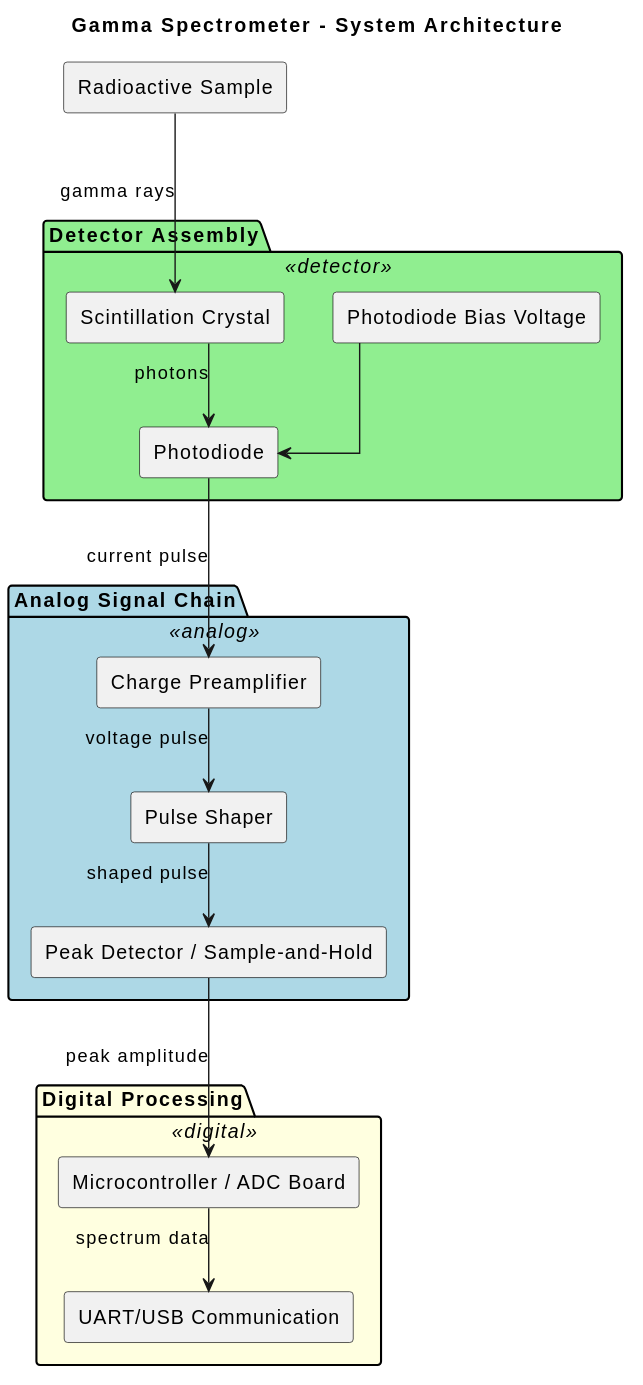
Above: Documentation/Diagrams/ArchitectureOverview.svg in RobertGawron/GammaSpectrometer (PlantUML), before the change.
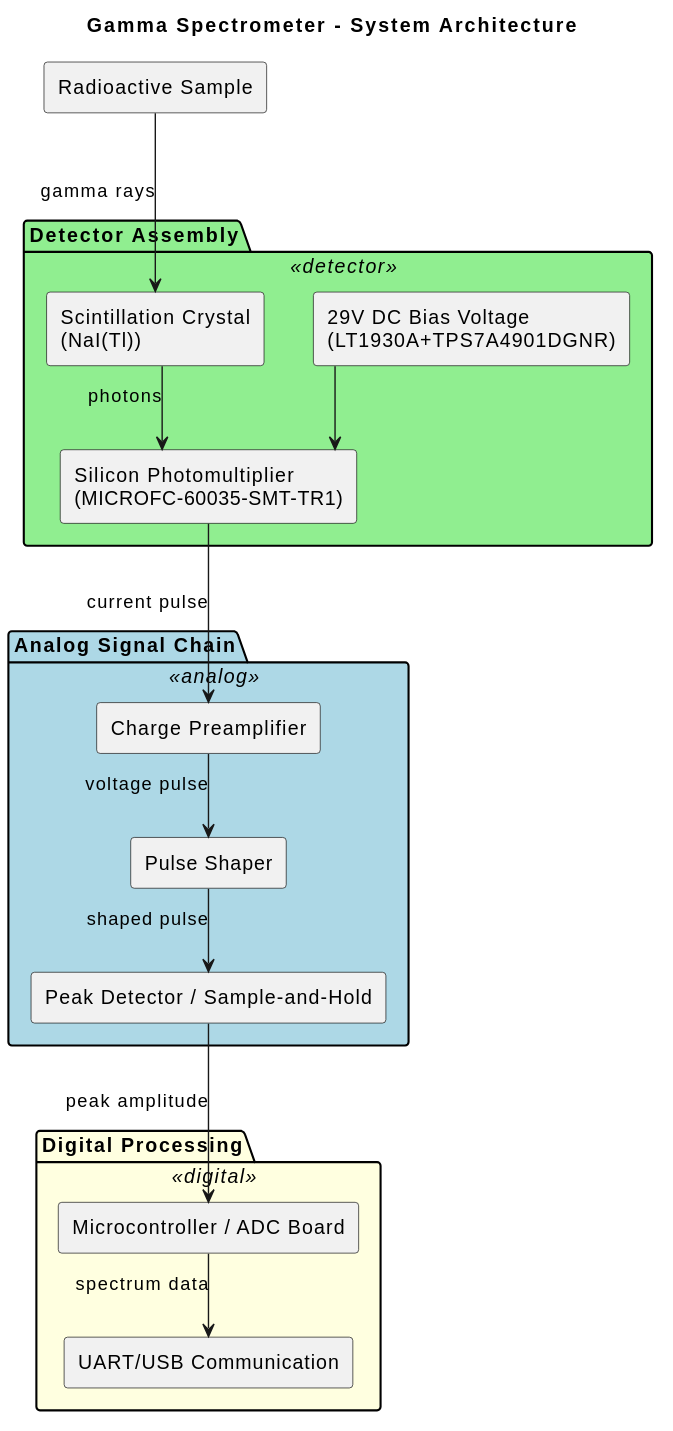
The same diagram one commit later.

The edit, as a diff of the source:
```diff
@@ -13,9 +13,9 @@
 [Radioactive Sample] as Sample
 
 package "Detector Assembly" <<detector>> {
-    [Scintillation Crystal] as Crystal
-    [Photodiode] as Photodiode
-    [Photodiode Bias Voltage] as Bias
+    component "Scintillation Crystal\n(NaI(Tl))" as Crystal
+    component "Silicon Photomultiplier\n(MICROFC-60035-SMT-TR1)" as Photodiode
+    component "29V DC Bias Voltage\n(LT1930A+TPS7A4901DGNR)" as Bias
 }
 
 package "Analog Signal Chain" <<analog>> {
```
